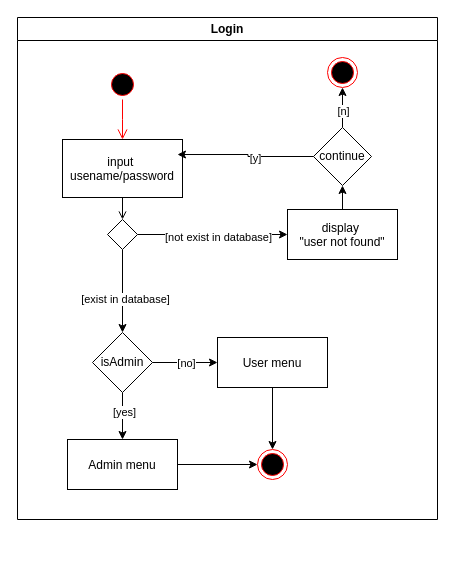
The draw.io diagram page "Login" (2 of 7) of Diagrams/ActivityDiagram.drawio in starven333/ShopProject, before the edit. Source tidied: cells renumbered, new cells numbered last; positions are measured from the earlier drawing's top-left corner, leaving out a move shared by most shapes. Both pictures are drawn from the tidied source at 100%, with x=0, y=0 at pixel (17, 17).
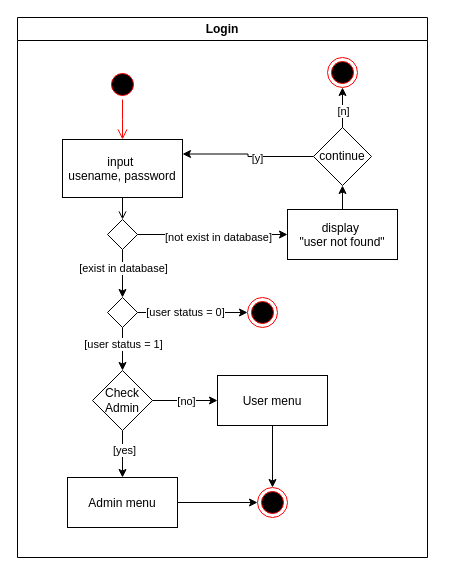
The same diagram, later.

Unchanged cells that the change refers to:
```xml
<mxCell id="10" style="rhombus;whiteSpace=wrap;html=1;" parent="2" vertex="1">
  <mxGeometry x="90" y="202" width="30" height="30" as="geometry" />
</mxCell>
<mxCell id="25" value="continue" style="rhombus;whiteSpace=wrap;html=1;" parent="2" vertex="1">
  <mxGeometry x="296" y="110" width="58" height="58" as="geometry" />
</mxCell>
```

Diff of the diagram source:
```diff
@@
     <mxCell id="2" value="Login" style="swimlane;whiteSpace=wrap;" parent="1" vertex="1">
-      <mxGeometry width="420" height="502" as="geometry" />
+      <mxGeometry width="410" height="540" as="geometry" />
     </mxCell>
@@
-    <mxCell id="5" value="input &#10;usename/password" parent="2" vertex="1">
+    <mxCell id="5" value="input &#10;usename, password" parent="2" vertex="1">
       <mxGeometry x="45" y="122" width="120" height="58" as="geometry" />
     </mxCell>
@@
-    <mxCell id="8" style="edgeStyle=orthogonalEdgeStyle;rounded=0;jettySize=auto;html=1;exitX=0.5;exitY=1;exitDx=0;exitDy=0;" parent="2" edge="1" source="10" target="20">
+    <mxCell id="8" style="edgeStyle=orthogonalEdgeStyle;rounded=0;jettySize=auto;html=1;exitX=0.5;exitY=1;exitDx=0;exitDy=0;" parent="2" edge="1" source="10" target="34">
       <mxGeometry relative="1" as="geometry" />
     </mxCell>
     <mxCell id="9" value="[exist in database]" style="edgeLabel;html=1;align=center;verticalAlign=middle;" parent="8" vertex="1">
-      <mxGeometry x="0.18" y="2" relative="1" as="geometry" />
+      <mxGeometry x="0.18" y="2" relative="1" as="geometry">
+        <mxPoint x="-2" y="-10" as="offset" />
+      </mxGeometry>
     </mxCell>
@@
     <mxCell id="16" value="Admin menu" parent="2" vertex="1">
-      <mxGeometry x="50" y="422" width="110" height="50" as="geometry" />
+      <mxGeometry x="50" y="460" width="110" height="50" as="geometry" />
     </mxCell>
     <mxCell id="17" style="ellipse;shape=endState;fillColor=#000000;strokeColor=#ff0000;" parent="2" vertex="1">
-      <mxGeometry x="240" y="432" width="30" height="30" as="geometry" />
+      <mxGeometry x="240" y="470" width="30" height="30" as="geometry" />
     </mxCell>
@@
-    <mxCell id="20" value="isAdmin" style="rhombus;whiteSpace=wrap;html=1;" parent="2" vertex="1">
-      <mxGeometry x="75" y="315" width="60" height="60" as="geometry" />
+    <mxCell id="20" value="Check Admin" style="rhombus;whiteSpace=wrap;html=1;" parent="2" vertex="1">
+      <mxGeometry x="75" y="353" width="60" height="60" as="geometry" />
     </mxCell>
@@
-    <mxCell id="26" style="edgeStyle=orthogonalEdgeStyle;rounded=0;jettySize=auto;html=1;entryX=0.958;entryY=0.259;entryDx=0;entryDy=0;entryPerimeter=0;" parent="2" edge="1" source="25" target="5">
+    <mxCell id="26" style="edgeStyle=orthogonalEdgeStyle;rounded=0;jettySize=auto;html=1;entryX=1;entryY=0.25;entryDx=0;entryDy=0;" parent="2" edge="1" source="25" target="5">
       <mxGeometry relative="1" as="geometry" />
     </mxCell>
@@
     <mxCell id="29" value="User menu" parent="2" vertex="1">
-      <mxGeometry x="200" y="320" width="110" height="50" as="geometry" />
+      <mxGeometry x="200" y="358" width="110" height="50" as="geometry" />
     </mxCell>
+    <mxCell id="30" style="edgeStyle=orthogonalEdgeStyle;rounded=0;jettySize=auto;html=1;" parent="2" edge="1" source="34" target="35">
+      <mxGeometry relative="1" as="geometry" />
+    </mxCell>
+    <mxCell id="31" value="[user status = 0]" style="edgeLabel;html=1;align=center;verticalAlign=middle;" parent="30" vertex="1">
+      <mxGeometry x="-0.15" y="1" relative="1" as="geometry" />
+    </mxCell>
+    <mxCell id="32" style="edgeStyle=orthogonalEdgeStyle;rounded=0;jettySize=auto;html=1;" parent="2" edge="1" source="34" target="20">
+      <mxGeometry relative="1" as="geometry" />
+    </mxCell>
+    <mxCell id="33" value="[user status = 1]" style="edgeLabel;html=1;align=center;verticalAlign=middle;" parent="32" vertex="1">
+      <mxGeometry x="-0.27" relative="1" as="geometry" />
+    </mxCell>
+    <mxCell id="34" style="rhombus;whiteSpace=wrap;html=1;" parent="2" vertex="1">
+      <mxGeometry x="90" y="280" width="30" height="30" as="geometry" />
+    </mxCell>
+    <mxCell id="35" style="ellipse;shape=endState;fillColor=#000000;strokeColor=#ff0000;" parent="2" vertex="1">
+      <mxGeometry x="230" y="280" width="30" height="30" as="geometry" />
+    </mxCell>
```
